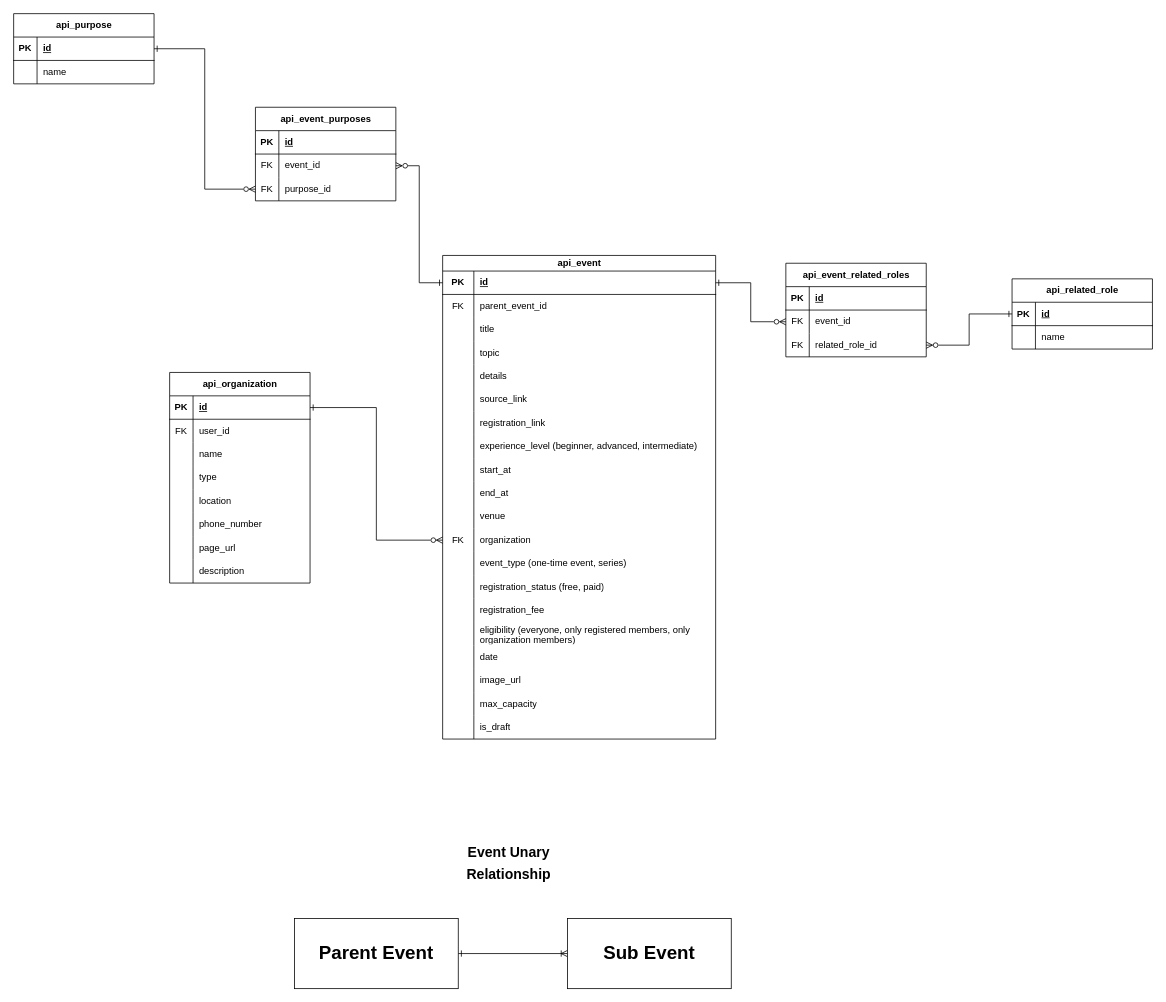
Earlier version of the draw.io diagram page "Events" (1 of 6) of 2Gether.drawio (RHILIUS/drawio). Source tidied: cells renumbered, new cells numbered last; positions are measured from the earlier drawing's top-left corner, leaving out a move shared by most shapes. Both pictures are drawn from the tidied source at 78%, with x=0, y=0 at pixel (13, 13).
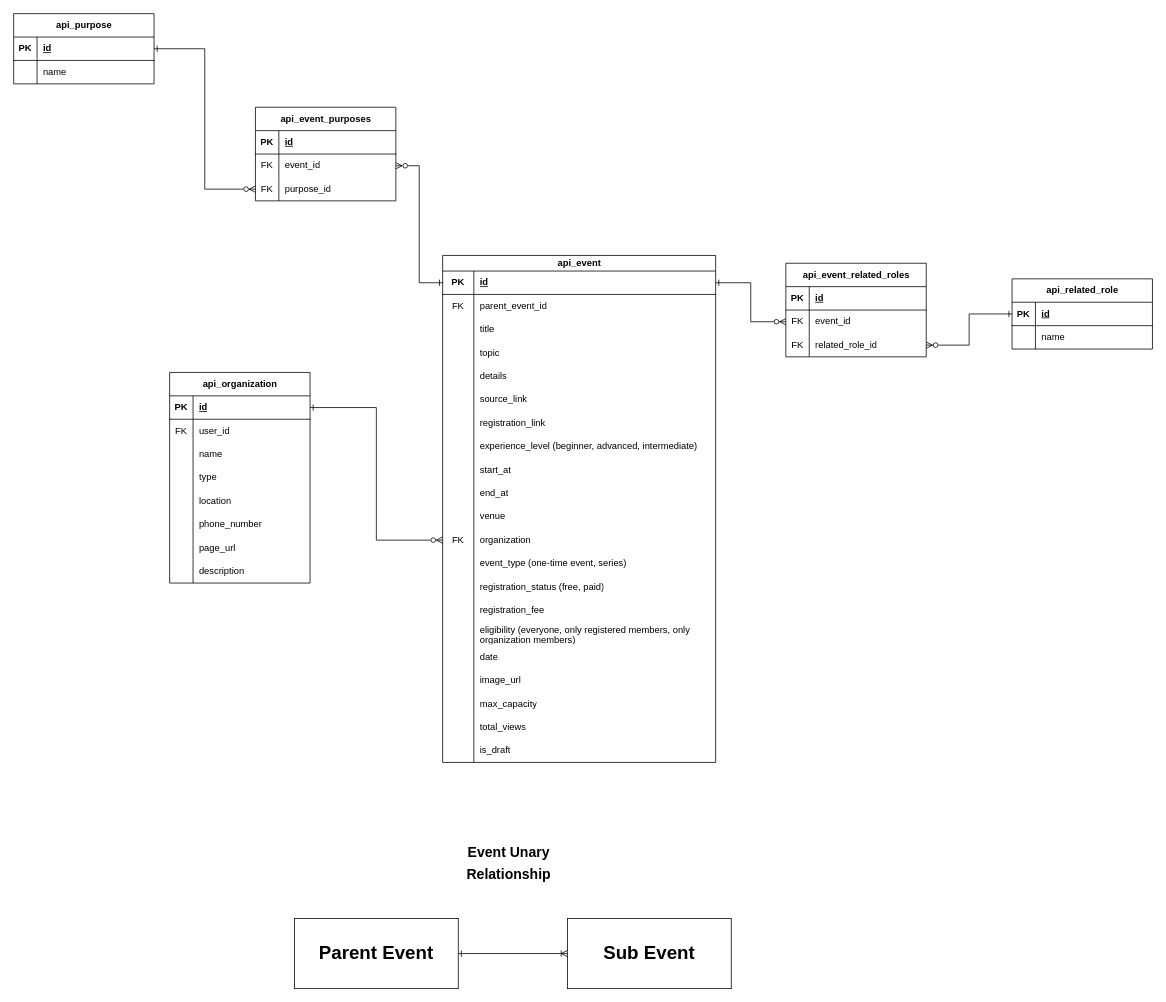
Above is the later version.

Change to the diagram source:
```diff
@@
     <mxCell id="2" value="api_event" style="shape=table;startSize=20;childLayout=tableLayout;rowLines=0;fontStyle=1;align=center;html=1;" parent="1" vertex="1">
-      <mxGeometry x="550" y="310" width="350" height="620" as="geometry" />
+      <mxGeometry x="550" y="310" width="350" height="650" as="geometry" />
     </mxCell>
@@
+    <mxCell id="131" style="shape=tableRow;horizontal=0;startSize=0;swimlaneHead=0;swimlaneBody=0;fillColor=none;top=0;left=0;right=0;bottom=0;" parent="2" vertex="1">
+      <mxGeometry y="590" width="350" height="30" as="geometry" />
+    </mxCell>
+    <mxCell id="132" style="shape=partialRectangle;fillColor=none;top=0;left=0;bottom=0;right=0;overflow=hidden;whiteSpace=wrap;html=1;" parent="131" vertex="1">
+      <mxGeometry width="40" height="30" as="geometry" />
+    </mxCell>
+    <mxCell id="133" value="total_views" style="shape=partialRectangle;fillColor=none;top=0;left=0;bottom=0;right=0;align=left;spacingLeft=6;overflow=hidden;whiteSpace=wrap;html=1;" parent="131" vertex="1">
+      <mxGeometry x="40" width="310" height="30" as="geometry" />
+    </mxCell>
     <mxCell id="60" style="shape=tableRow;horizontal=0;startSize=0;swimlaneHead=0;swimlaneBody=0;fillColor=none;top=0;left=0;right=0;bottom=0;" parent="2" vertex="1">
-      <mxGeometry y="590" width="350" height="30" as="geometry" />
+      <mxGeometry y="620" width="350" height="30" as="geometry" />
     </mxCell>
```
